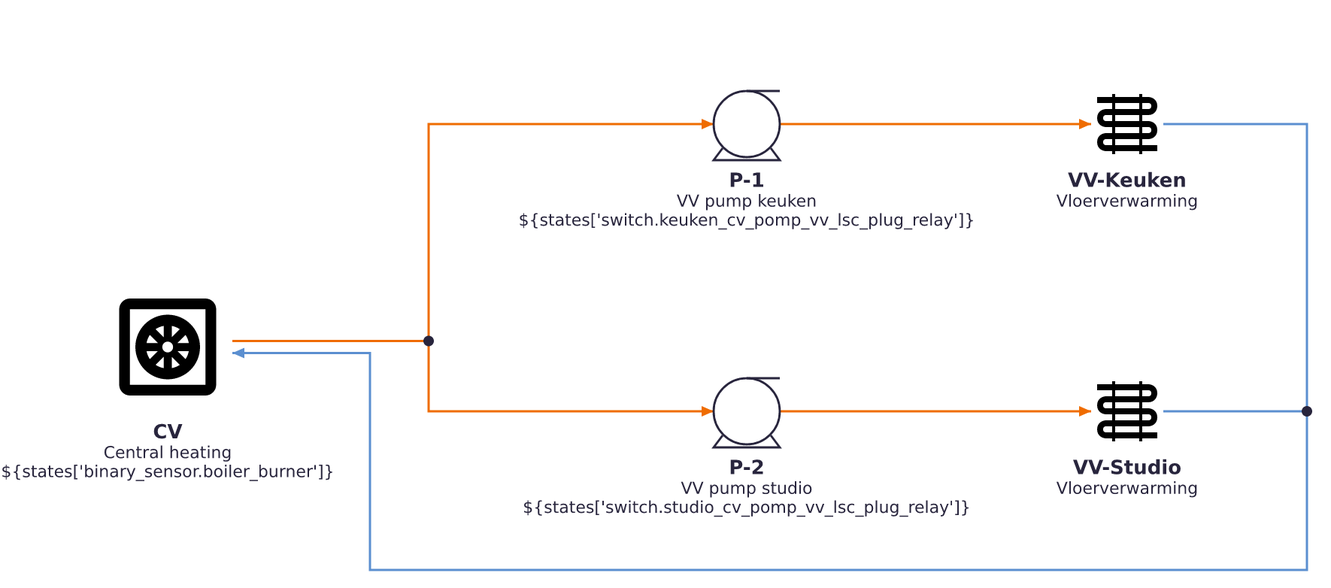
Above: docs/images/home-heating.png in NdS-Research-Facilities/pid (Mermaid), before the change. Its source is kept beside it as examples/home-heating.mmd.
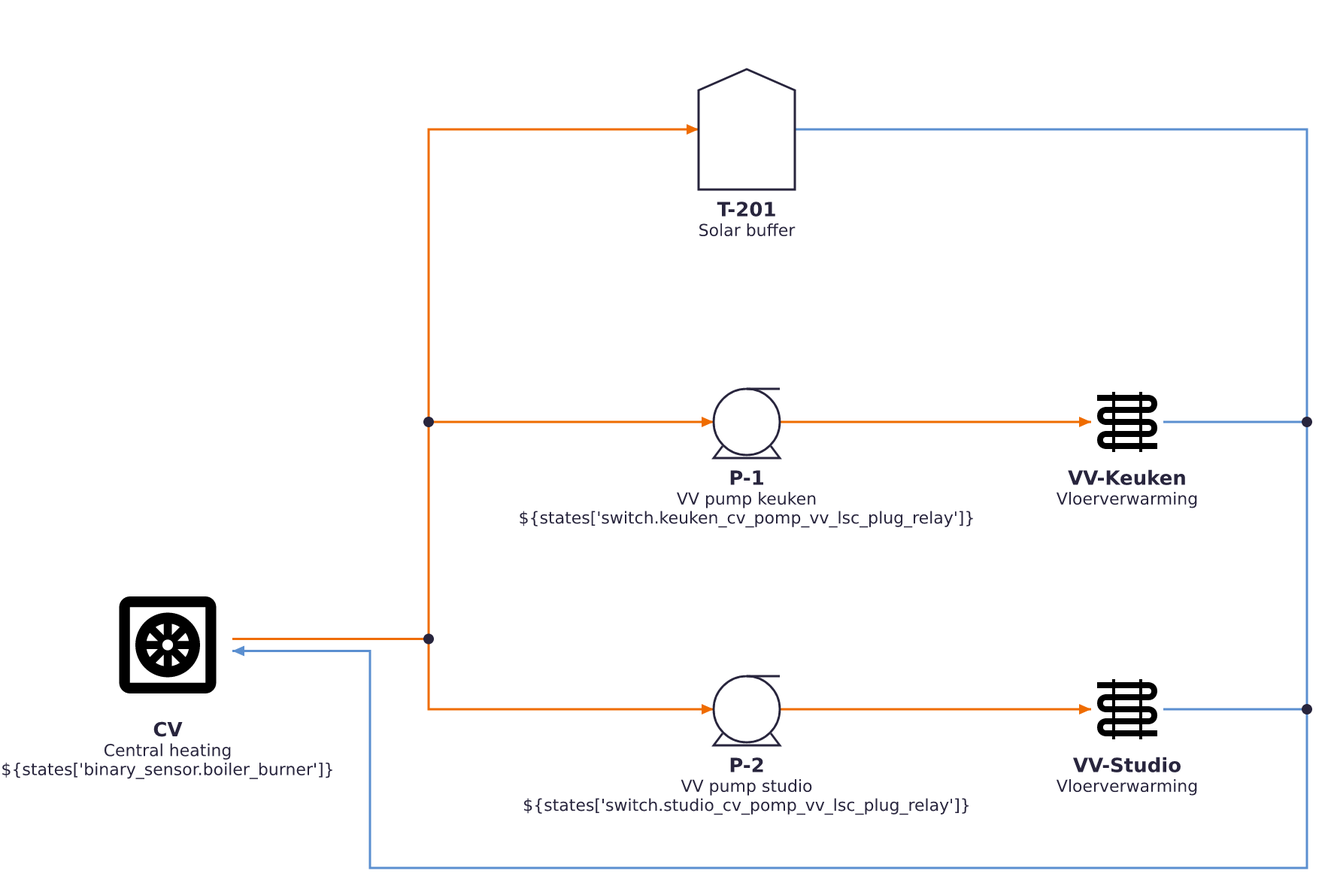
Later version of the same file.

Commit message:
Home heating example: line classes; tee lines meet at every dot

The edit, as a diff of the source:
```diff
@@ -1,7 +1,7 @@
 pid LR
   CV: block "Central heating" = ${states['binary_sensor.boiler_burner']}
   icon CV mdi:heat-pump-outline 86
-
+  T-201: tank "Solar buffer"
   P-1: pump "VV pump keuken" = ${states['switch.keuken_cv_pomp_vv_lsc_plug_relay']}
   VV-Keuken: block "Vloerverwarming"
   icon VV-Keuken mdi:heating-coil 48
@@ -10,20 +10,27 @@
   icon VV-Studio mdi:heating-coil 48
   T-1: tee
   T-2: tee
-
-  CV --> T-1 --> P-1 --> VV-Keuken
-  VV-Keuken --> T-2
-  T-2 --> CV
-  T-1 --> P-2 --> VV-Studio
-  VV-Studio --> T-2
+  CV m1@--> T-1
+  T-1 m2@--> T-201
+  T-1 m3@--> P-1
+  T-1 m4@--> P-2
+  P-1 k1@--> VV-Keuken
+  P-2 s1@--> VV-Studio
+  T-201 r1@--> T-2
+  VV-Keuken r2@--> T-2
+  VV-Studio r3@--> T-2
+  T-2 r4@--> CV
 
   classDef blue fill:#7da7d9,stroke:#4a78b5
   classDef orange fill:#ff8a1f,stroke:#e06c00
-  linkStyle default stroke:#5b8fd0
-  linkStyle 0,1,2,5,6 stroke:#ef6c00
+  classDef white fill:#ffffff,stroke:#ff0000
+  classDef hot    stroke:#c62828
+  classDef warm   stroke:#ef6c00
+  classDef off    stroke:#9e9e9e
+  classDef return stroke:#5b8fd0
+  class m1,m2,m3,m4,k1,s1 warm
+  class r1,r2,r3,r4 return
 
-  linkStyle 1,2 stroke:${if(is_state('switch.keuken_cv_pomp_vv_lsc_plug_relay', 'on'), '#ef6c00', '#9e9e9e')}
-  linkStyle 3 stroke:${if(is_state('switch.keuken_cv_pomp_vv_lsc_plug_relay', 'on'), '#5b8fd0', '#9e9e9e')}
-  linkStyle 5,6 stroke:${if(is_state('switch.studio_cv_pomp_vv_lsc_plug_relay', 'on'), '#ef6c00', '#9e9e9e')}
-  linkStyle 7 stroke:${if(is_state('switch.studio_cv_pomp_vv_lsc_plug_relay', 'on'), '#5b8fd0', '#9e9e9e')}
-  linkStyle 0 stroke:${if(is_state('binary_sensor.boiler_burner', 'on'), '#c62828', '#ef6c00')}
+  class m1,m2,m3,m4 ${if(is_state('binary_sensor.boiler_burner', 'on'), 'hot', 'warm')}
+  class k1 ${if(is_state('switch.keuken_cv_pomp_vv_lsc_plug_relay', 'on'), if(is_state('binary_sensor.boiler_burner', 'on'), 'hot', 'warm'), 'off')}
+  class s1 ${if(is_state('switch.studio_cv_pomp_vv_lsc_plug_relay', 'on'), if(is_state('binary_sensor.boiler_burner', 'on'), 'hot', 'warm'), 'off')}
```
